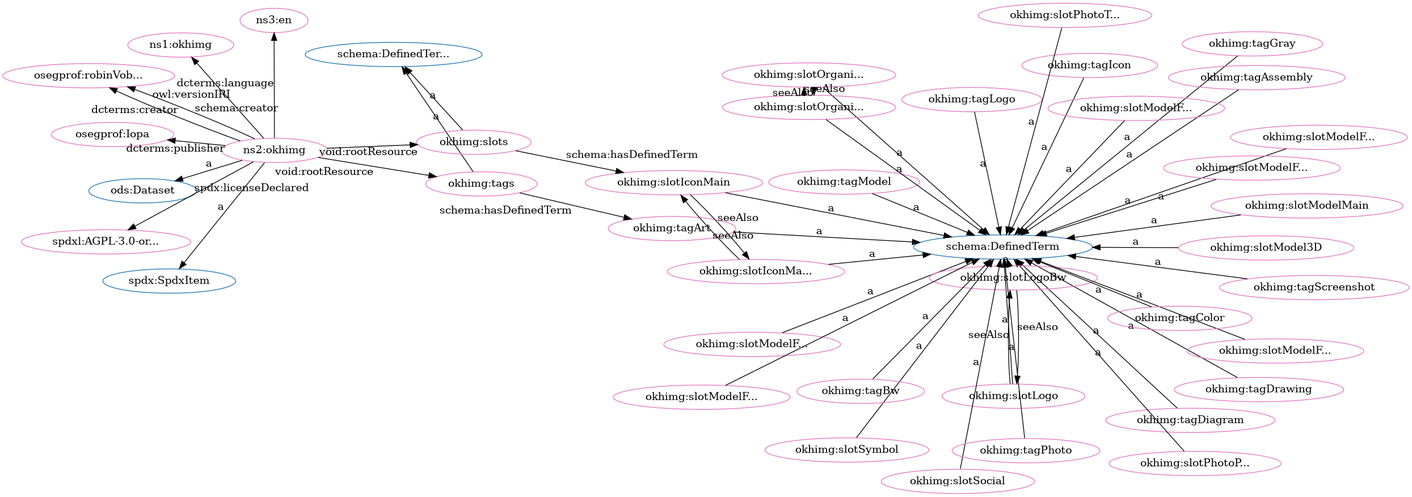
iop-alliance/OpenKnowHow keeps this Graphviz diagram as src/spec/fdp_okh-img-clean.png. Above is the earlier version. Its source is kept beside it as src/spec/fdp_okh-img-clean.dot.
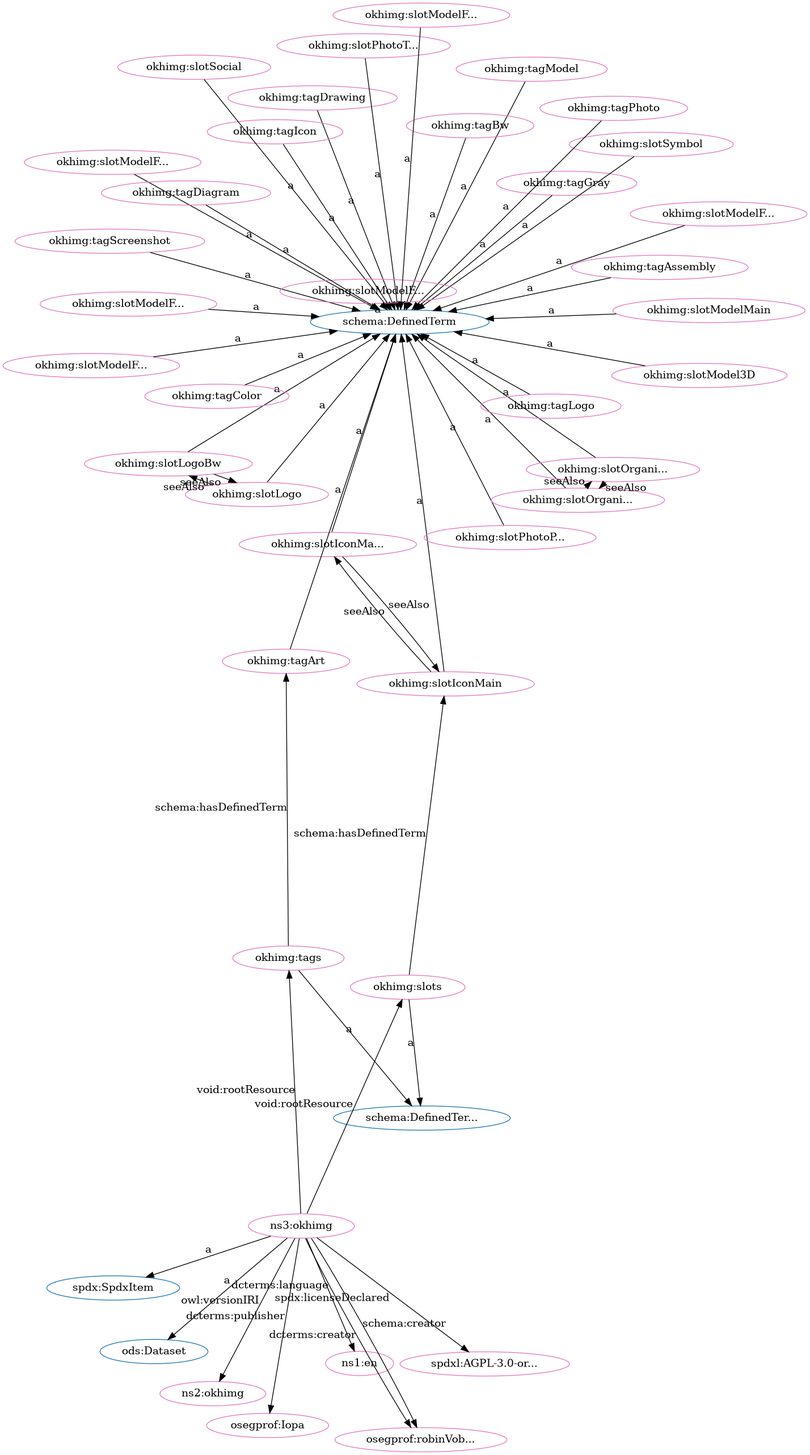
After the change.

The edit, as a diff of the source:
```diff
@@ -1,96 +1,96 @@
 digraph G {
   rankdir=BT
   node[height=.3]
-"http://schema.org/DefinedTermSet" [fillcolor="#1f77b4" color="#1f77b4" label="schema:DefinedTer..."]
 "http://w3id.org/oseg/ont/ods#Dataset" [fillcolor="#1f77b4" color="#1f77b4" label="ods:Dataset"]
 "http://spdx.org/rdf/terms#SpdxItem" [fillcolor="#1f77b4" color="#1f77b4" label="spdx:SpdxItem"]
+"http://schema.org/DefinedTermSet" [fillcolor="#1f77b4" color="#1f77b4" label="schema:DefinedTer..."]
 "http://schema.org/DefinedTerm" [fillcolor="#1f77b4" color="#1f77b4" label="schema:DefinedTerm"]
+"http://w3id.org/oseg/ont/oseg-profiles#robinVobruba" [fillcolor="#e377c2" color="#e377c2" label="osegprof:robinVob..."]
+"http://w3id.org/oseg/ont/okhimg#slotLogoBw" [fillcolor="#e377c2" color="#e377c2" label="okhimg:slotLogoBw"]
+"http://w3id.org/oseg/ont/okhimg#tagDrawing" [fillcolor="#e377c2" color="#e377c2" label="okhimg:tagDrawing"]
+"http://w3id.org/oseg/ont/okhimg#tagModel" [fillcolor="#e377c2" color="#e377c2" label="okhimg:tagModel"]
+"http://w3id.org/oseg/ont/okhimg#slotIconMain" [fillcolor="#e377c2" color="#e377c2" label="okhimg:slotIconMain"]
+"http://w3id.org/oseg/ont/okhimg#tagBw" [fillcolor="#e377c2" color="#e377c2" label="okhimg:tagBw"]
+"http://w3id.org/oseg/ont/okhimg#slots" [fillcolor="#e377c2" color="#e377c2" label="okhimg:slots"]
+"http://w3id.org/oseg/ont/okhimg#tagArt" [fillcolor="#e377c2" color="#e377c2" label="okhimg:tagArt"]
+"http://id.loc.gov/vocabulary/iso639-1/en" [fillcolor="#e377c2" color="#e377c2" label="ns1:en"]
+"http://w3id.org/oseg/ont/okhimg#tagGray" [fillcolor="#e377c2" color="#e377c2" label="okhimg:tagGray"]
+"http://w3id.org/oseg/ont/okhimg#slotLogo" [fillcolor="#e377c2" color="#e377c2" label="okhimg:slotLogo"]
+"http://w3id.org/oseg/ont/okhimg#slotModelFromBelow" [fillcolor="#e377c2" color="#e377c2" label="okhimg:slotModelF..."]
+"http://w3id.org/oseg/ont/okhimg#slotIconMainBw" [fillcolor="#e377c2" color="#e377c2" label="okhimg:slotIconMa..."]
+"http://w3id.org/oseg/ont/okhimg#tagScreenshot" [fillcolor="#e377c2" color="#e377c2" label="okhimg:tagScreenshot"]
+"http://w3id.org/oseg/ont/okhimg#tags" [fillcolor="#e377c2" color="#e377c2" label="okhimg:tags"]
+"http://w3id.org/oseg/ont/okhimg#slotSymbol" [fillcolor="#e377c2" color="#e377c2" label="okhimg:slotSymbol"]
 "http://w3id.org/oseg/ont/okhimg#tagIcon" [fillcolor="#e377c2" color="#e377c2" label="okhimg:tagIcon"]
-"http://w3id.org/oseg/ont/okhimg#tags" [fillcolor="#e377c2" color="#e377c2" label="okhimg:tags"]
-"http://w3id.org/oseg/ont/okhimg#tagModel" [fillcolor="#e377c2" color="#e377c2" label="okhimg:tagModel"]
-"http://w3id.org/oseg/ont/okhimg#tagGray" [fillcolor="#e377c2" color="#e377c2" label="okhimg:tagGray"]
+"http://spdx.org/licenses/AGPL-3.0-or-later" [fillcolor="#e377c2" color="#e377c2" label="spdxl:AGPL-3.0-or..."]
+"http://w3id.org/oseg/ont/okhimg#slotPhotoThingMain" [fillcolor="#e377c2" color="#e377c2" label="okhimg:slotPhotoT..."]
+"http://w3id.org/oseg/ont/okhimg#slotSocial" [fillcolor="#e377c2" color="#e377c2" label="okhimg:slotSocial"]
+"http://w3id.org/oseg/ont/okhimg#tagPhoto" [fillcolor="#e377c2" color="#e377c2" label="okhimg:tagPhoto"]
+"http://w3id.org/oseg/ont/okhimg#slotModelFromBack" [fillcolor="#e377c2" color="#e377c2" label="okhimg:slotModelF..."]
+"http://w3id.org/oseg/ont/okhimg#slotPhotoPackaging" [fillcolor="#e377c2" color="#e377c2" label="okhimg:slotPhotoP..."]
+"http://w3id.org/oseg/ont/okhimg#tagAssembly" [fillcolor="#e377c2" color="#e377c2" label="okhimg:tagAssembly"]
+"http://w3id.org/oseg/ont/okhimg#slotModel3D" [fillcolor="#e377c2" color="#e377c2" label="okhimg:slotModel3D"]
+"http://w3id.org/oseg/ont/0.1.0/okhimg" [fillcolor="#e377c2" color="#e377c2" label="ns2:okhimg"]
+"http://w3id.org/oseg/ont/oseg-profiles#Iopa" [fillcolor="#e377c2" color="#e377c2" label="osegprof:Iopa"]
+"http://w3id.org/oseg/ont/okhimg#slotModelFromFront" [fillcolor="#e377c2" color="#e377c2" label="okhimg:slotModelF..."]
+"http://w3id.org/oseg/ont/okhimg#slotOrganizationLogoBw" [fillcolor="#e377c2" color="#e377c2" label="okhimg:slotOrgani..."]
+"http://w3id.org/oseg/ont/okhimg#slotOrganizationLogo" [fillcolor="#e377c2" color="#e377c2" label="okhimg:slotOrgani..."]
+"http://w3id.org/oseg/ont/okhimg" [fillcolor="#e377c2" color="#e377c2" label="ns3:okhimg"]
+"http://w3id.org/oseg/ont/okhimg#tagColor" [fillcolor="#e377c2" color="#e377c2" label="okhimg:tagColor"]
+"http://w3id.org/oseg/ont/okhimg#tagLogo" [fillcolor="#e377c2" color="#e377c2" label="okhimg:tagLogo"]
 "http://w3id.org/oseg/ont/okhimg#tagDiagram" [fillcolor="#e377c2" color="#e377c2" label="okhimg:tagDiagram"]
-"http://w3id.org/oseg/ont/oseg-profiles#robinVobruba" [fillcolor="#e377c2" color="#e377c2" label="osegprof:robinVob..."]
-"http://w3id.org/oseg/ont/okhimg#tagArt" [fillcolor="#e377c2" color="#e377c2" label="okhimg:tagArt"]
-"http://w3id.org/oseg/ont/okhimg#slotIconMainBw" [fillcolor="#e377c2" color="#e377c2" label="okhimg:slotIconMa..."]
-"http://w3id.org/oseg/ont/okhimg#tagLogo" [fillcolor="#e377c2" color="#e377c2" label="okhimg:tagLogo"]
-"http://w3id.org/oseg/ont/okhimg#slotPhotoPackaging" [fillcolor="#e377c2" color="#e377c2" label="okhimg:slotPhotoP..."]
-"http://w3id.org/oseg/ont/okhimg#slots" [fillcolor="#e377c2" color="#e377c2" label="okhimg:slots"]
+"http://w3id.org/oseg/ont/okhimg#slotModelFromLeft" [fillcolor="#e377c2" color="#e377c2" label="okhimg:slotModelF..."]
+"http://w3id.org/oseg/ont/okhimg#slotModelMain" [fillcolor="#e377c2" color="#e377c2" label="okhimg:slotModelMain"]
 "http://w3id.org/oseg/ont/okhimg#slotModelFromAbove" [fillcolor="#e377c2" color="#e377c2" label="okhimg:slotModelF..."]
-"http://w3id.org/oseg/ont/oseg-profiles#Iopa" [fillcolor="#e377c2" color="#e377c2" label="osegprof:Iopa"]
-"http://w3id.org/oseg/ont/0.1.0/okhimg" [fillcolor="#e377c2" color="#e377c2" label="ns1:okhimg"]
-"http://w3id.org/oseg/ont/okhimg#slotOrganizationLogo" [fillcolor="#e377c2" color="#e377c2" label="okhimg:slotOrgani..."]
-"http://w3id.org/oseg/ont/okhimg#tagDrawing" [fillcolor="#e377c2" color="#e377c2" label="okhimg:tagDrawing"]
-"http://w3id.org/oseg/ont/okhimg#slotLogo" [fillcolor="#e377c2" color="#e377c2" label="okhimg:slotLogo"]
 "http://w3id.org/oseg/ont/okhimg#slotModelFromRight" [fillcolor="#e377c2" color="#e377c2" label="okhimg:slotModelF..."]
-"http://w3id.org/oseg/ont/okhimg#slotPhotoThingMain" [fillcolor="#e377c2" color="#e377c2" label="okhimg:slotPhotoT..."]
-"http://w3id.org/oseg/ont/okhimg#tagAssembly" [fillcolor="#e377c2" color="#e377c2" label="okhimg:tagAssembly"]
-"http://w3id.org/oseg/ont/okhimg#slotSymbol" [fillcolor="#e377c2" color="#e377c2" label="okhimg:slotSymbol"]
-"http://w3id.org/oseg/ont/okhimg#slotModelFromBelow" [fillcolor="#e377c2" color="#e377c2" label="okhimg:slotModelF..."]
-"http://w3id.org/oseg/ont/okhimg#slotOrganizationLogoBw" [fillcolor="#e377c2" color="#e377c2" label="okhimg:slotOrgani..."]
-"http://w3id.org/oseg/ont/okhimg" [fillcolor="#e377c2" color="#e377c2" label="ns2:okhimg"]
-"http://w3id.org/oseg/ont/okhimg#slotIconMain" [fillcolor="#e377c2" color="#e377c2" label="okhimg:slotIconMain"]
-"http://w3id.org/oseg/ont/okhimg#tagScreenshot" [fillcolor="#e377c2" color="#e377c2" label="okhimg:tagScreenshot"]
-"http://w3id.org/oseg/ont/okhimg#slotSocial" [fillcolor="#e377c2" color="#e377c2" label="okhimg:slotSocial"]
-"http://w3id.org/oseg/ont/okhimg#slotModelFromLeft" [fillcolor="#e377c2" color="#e377c2" label="okhimg:slotModelF..."]
-"http://w3id.org/oseg/ont/okhimg#slotModelFromBack" [fillcolor="#e377c2" color="#e377c2" label="okhimg:slotModelF..."]
-"http://spdx.org/licenses/AGPL-3.0-or-later" [fillcolor="#e377c2" color="#e377c2" label="spdxl:AGPL-3.0-or..."]
-"http://w3id.org/oseg/ont/okhimg#tagColor" [fillcolor="#e377c2" color="#e377c2" label="okhimg:tagColor"]
-"http://w3id.org/oseg/ont/okhimg#tagPhoto" [fillcolor="#e377c2" color="#e377c2" label="okhimg:tagPhoto"]
-"http://w3id.org/oseg/ont/okhimg#slotModel3D" [fillcolor="#e377c2" color="#e377c2" label="okhimg:slotModel3D"]
-"http://w3id.org/oseg/ont/okhimg#slotModelFromFront" [fillcolor="#e377c2" color="#e377c2" label="okhimg:slotModelF..."]
-"http://w3id.org/oseg/ont/okhimg#slotLogoBw" [fillcolor="#e377c2" color="#e377c2" label="okhimg:slotLogoBw"]
-"http://w3id.org/oseg/ont/okhimg#slotModelMain" [fillcolor="#e377c2" color="#e377c2" label="okhimg:slotModelMain"]
-"http://id.loc.gov/vocabulary/iso639-1/en" [fillcolor="#e377c2" color="#e377c2" label="ns3:en"]
-"http://w3id.org/oseg/ont/okhimg#tagBw" [fillcolor="#e377c2" color="#e377c2" label="okhimg:tagBw"]
-  "http://w3id.org/oseg/ont/okhimg#tagIcon" -> "http://schema.org/DefinedTerm" [label="a"]
-  "http://w3id.org/oseg/ont/okhimg#tags" -> "http://schema.org/DefinedTermSet" [label="a"]
+  "http://w3id.org/oseg/ont/okhimg" -> "http://w3id.org/oseg/ont/oseg-profiles#robinVobruba" [label="schema:creator"]
+  "http://w3id.org/oseg/ont/okhimg#slotLogoBw" -> "http://schema.org/DefinedTerm" [label="a"]
+  "http://w3id.org/oseg/ont/okhimg#tagDrawing" -> "http://schema.org/DefinedTerm" [label="a"]
   "http://w3id.org/oseg/ont/okhimg#tagModel" -> "http://schema.org/DefinedTerm" [label="a"]
+  "http://w3id.org/oseg/ont/okhimg#slotIconMainBw" -> "http://w3id.org/oseg/ont/okhimg#slotIconMain" [label="seeAlso"]
+  "http://w3id.org/oseg/ont/okhimg#tagBw" -> "http://schema.org/DefinedTerm" [label="a"]
+  "http://w3id.org/oseg/ont/okhimg#slots" -> "http://schema.org/DefinedTermSet" [label="a"]
+  "http://w3id.org/oseg/ont/okhimg#tagArt" -> "http://schema.org/DefinedTerm" [label="a"]
   "http://w3id.org/oseg/ont/okhimg#tagGray" -> "http://schema.org/DefinedTerm" [label="a"]
-  "http://w3id.org/oseg/ont/okhimg#tagDiagram" -> "http://schema.org/DefinedTerm" [label="a"]
-  "http://w3id.org/oseg/ont/okhimg" -> "http://w3id.org/oseg/ont/oseg-profiles#robinVobruba" [label="dcterms:creator"]
-  "http://w3id.org/oseg/ont/okhimg#tagArt" -> "http://schema.org/DefinedTerm" [label="a"]
-  "http://w3id.org/oseg/ont/okhimg#slotIconMainBw" -> "http://schema.org/DefinedTerm" [label="a"]
-  "http://w3id.org/oseg/ont/okhimg#slotIconMain" -> "http://w3id.org/oseg/ont/okhimg#slotIconMainBw" [label="seeAlso"]
-  "http://w3id.org/oseg/ont/okhimg#tagLogo" -> "http://schema.org/DefinedTerm" [label="a"]
-  "http://w3id.org/oseg/ont/okhimg" -> "http://w3id.org/oseg/ont/oseg-profiles#robinVobruba" [label="schema:creator"]
-  "http://w3id.org/oseg/ont/okhimg#slotPhotoPackaging" -> "http://schema.org/DefinedTerm" [label="a"]
-  "http://w3id.org/oseg/ont/okhimg" -> "http://w3id.org/oseg/ont/okhimg#slots" [label="void:rootResource"]
-  "http://w3id.org/oseg/ont/okhimg#slotModelFromAbove" -> "http://schema.org/DefinedTerm" [label="a"]
-  "http://w3id.org/oseg/ont/okhimg" -> "http://w3id.org/oseg/ont/okhimg#tags" [label="void:rootResource"]
-  "http://w3id.org/oseg/ont/okhimg" -> "http://w3id.org/oseg/ont/oseg-profiles#Iopa" [label="dcterms:publisher"]
-  "http://w3id.org/oseg/ont/okhimg" -> "http://w3id.org/oseg/ont/0.1.0/okhimg" [label="owl:versionIRI"]
-  "http://w3id.org/oseg/ont/okhimg#slotOrganizationLogoBw" -> "http://w3id.org/oseg/ont/okhimg#slotOrganizationLogo" [label="seeAlso"]
-  "http://w3id.org/oseg/ont/okhimg#tagDrawing" -> "http://schema.org/DefinedTerm" [label="a"]
-  "http://w3id.org/oseg/ont/okhimg#slotLogo" -> "http://schema.org/DefinedTerm" [label="a"]
-  "http://w3id.org/oseg/ont/okhimg#slotPhotoThingMain" -> "http://schema.org/DefinedTerm" [label="a"]
-  "http://w3id.org/oseg/ont/okhimg#slotModelFromRight" -> "http://schema.org/DefinedTerm" [label="a"]
-  "http://w3id.org/oseg/ont/okhimg#tagAssembly" -> "http://schema.org/DefinedTerm" [label="a"]
-  "http://w3id.org/oseg/ont/okhimg#slotSymbol" -> "http://schema.org/DefinedTerm" [label="a"]
+  "http://w3id.org/oseg/ont/okhimg" -> "http://id.loc.gov/vocabulary/iso639-1/en" [label="dcterms:language"]
   "http://w3id.org/oseg/ont/okhimg#slotLogoBw" -> "http://w3id.org/oseg/ont/okhimg#slotLogo" [label="seeAlso"]
   "http://w3id.org/oseg/ont/okhimg#slotModelFromBelow" -> "http://schema.org/DefinedTerm" [label="a"]
+  "http://w3id.org/oseg/ont/okhimg#tagScreenshot" -> "http://schema.org/DefinedTerm" [label="a"]
+  "http://w3id.org/oseg/ont/okhimg#slotIconMain" -> "http://w3id.org/oseg/ont/okhimg#slotIconMainBw" [label="seeAlso"]
+  "http://w3id.org/oseg/ont/okhimg" -> "http://w3id.org/oseg/ont/okhimg#tags" [label="void:rootResource"]
+  "http://w3id.org/oseg/ont/okhimg#slotSymbol" -> "http://schema.org/DefinedTerm" [label="a"]
+  "http://w3id.org/oseg/ont/okhimg#tagIcon" -> "http://schema.org/DefinedTerm" [label="a"]
+  "http://w3id.org/oseg/ont/okhimg#slotIconMainBw" -> "http://schema.org/DefinedTerm" [label="a"]
+  "http://w3id.org/oseg/ont/okhimg" -> "http://spdx.org/licenses/AGPL-3.0-or-later" [label="spdx:licenseDeclared"]
+  "http://w3id.org/oseg/ont/okhimg#slotPhotoThingMain" -> "http://schema.org/DefinedTerm" [label="a"]
+  "http://w3id.org/oseg/ont/okhimg#slotSocial" -> "http://schema.org/DefinedTerm" [label="a"]
+  "http://w3id.org/oseg/ont/okhimg#tags" -> "http://schema.org/DefinedTermSet" [label="a"]
+  "http://w3id.org/oseg/ont/okhimg#tagPhoto" -> "http://schema.org/DefinedTerm" [label="a"]
+  "http://w3id.org/oseg/ont/okhimg#slotModelFromBack" -> "http://schema.org/DefinedTerm" [label="a"]
+  "http://w3id.org/oseg/ont/okhimg#tags" -> "http://w3id.org/oseg/ont/okhimg#tagArt" [label="schema:hasDefinedTerm"]
+  "http://w3id.org/oseg/ont/okhimg#slotPhotoPackaging" -> "http://schema.org/DefinedTerm" [label="a"]
+  "http://w3id.org/oseg/ont/okhimg#slots" -> "http://w3id.org/oseg/ont/okhimg#slotIconMain" [label="schema:hasDefinedTerm"]
+  "http://w3id.org/oseg/ont/okhimg#tagAssembly" -> "http://schema.org/DefinedTerm" [label="a"]
+  "http://w3id.org/oseg/ont/okhimg#slotModel3D" -> "http://schema.org/DefinedTerm" [label="a"]
+  "http://w3id.org/oseg/ont/okhimg" -> "http://w3id.org/oseg/ont/0.1.0/okhimg" [label="owl:versionIRI"]
+  "http://w3id.org/oseg/ont/okhimg" -> "http://w3id.org/oseg/ont/oseg-profiles#Iopa" [label="dcterms:publisher"]
+  "http://w3id.org/oseg/ont/okhimg#slotModelFromFront" -> "http://schema.org/DefinedTerm" [label="a"]
   "http://w3id.org/oseg/ont/okhimg#slotOrganizationLogoBw" -> "http://schema.org/DefinedTerm" [label="a"]
+  "http://w3id.org/oseg/ont/okhimg#slotOrganizationLogoBw" -> "http://w3id.org/oseg/ont/okhimg#slotOrganizationLogo" [label="seeAlso"]
+  "http://w3id.org/oseg/ont/okhimg" -> "http://w3id.org/oseg/ont/ods#Dataset" [label="a"]
+  "http://w3id.org/oseg/ont/okhimg#slotOrganizationLogo" -> "http://schema.org/DefinedTerm" [label="a"]
   "http://w3id.org/oseg/ont/okhimg" -> "http://spdx.org/rdf/terms#SpdxItem" [label="a"]
+  "http://w3id.org/oseg/ont/okhimg#tagColor" -> "http://schema.org/DefinedTerm" [label="a"]
+  "http://w3id.org/oseg/ont/okhimg#slotLogo" -> "http://w3id.org/oseg/ont/okhimg#slotLogoBw" [label="seeAlso"]
+  "http://w3id.org/oseg/ont/okhimg#tagLogo" -> "http://schema.org/DefinedTerm" [label="a"]
+  "http://w3id.org/oseg/ont/okhimg#tagDiagram" -> "http://schema.org/DefinedTerm" [label="a"]
+  "http://w3id.org/oseg/ont/okhimg" -> "http://w3id.org/oseg/ont/okhimg#slots" [label="void:rootResource"]
+  "http://w3id.org/oseg/ont/okhimg#slotLogo" -> "http://schema.org/DefinedTerm" [label="a"]
+  "http://w3id.org/oseg/ont/okhimg#slotModelFromLeft" -> "http://schema.org/DefinedTerm" [label="a"]
+  "http://w3id.org/oseg/ont/okhimg#slotModelMain" -> "http://schema.org/DefinedTerm" [label="a"]
+  "http://w3id.org/oseg/ont/okhimg" -> "http://w3id.org/oseg/ont/oseg-profiles#robinVobruba" [label="dcterms:creator"]
   "http://w3id.org/oseg/ont/okhimg#slotIconMain" -> "http://schema.org/DefinedTerm" [label="a"]
-  "http://w3id.org/oseg/ont/okhimg#tagScreenshot" -> "http://schema.org/DefinedTerm" [label="a"]
-  "http://w3id.org/oseg/ont/okhimg#slots" -> "http://schema.org/DefinedTermSet" [label="a"]
-  "http://w3id.org/oseg/ont/okhimg#slotSocial" -> "http://schema.org/DefinedTerm" [label="a"]
-  "http://w3id.org/oseg/ont/okhimg#slotModelFromLeft" -> "http://schema.org/DefinedTerm" [label="a"]
-  "http://w3id.org/oseg/ont/okhimg#slotOrganizationLogo" -> "http://schema.org/DefinedTerm" [label="a"]
-  "http://w3id.org/oseg/ont/okhimg#slotModelFromBack" -> "http://schema.org/DefinedTerm" [label="a"]
-  "http://w3id.org/oseg/ont/okhimg" -> "http://spdx.org/licenses/AGPL-3.0-or-later" [label="spdx:licenseDeclared"]
-  "http://w3id.org/oseg/ont/okhimg#tagColor" -> "http://schema.org/DefinedTerm" [label="a"]
-  "http://w3id.org/oseg/ont/okhimg" -> "http://w3id.org/oseg/ont/ods#Dataset" [label="a"]
-  "http://w3id.org/oseg/ont/okhimg#slots" -> "http://w3id.org/oseg/ont/okhimg#slotIconMain" [label="schema:hasDefinedTerm"]
-  "http://w3id.org/oseg/ont/okhimg#tags" -> "http://w3id.org/oseg/ont/okhimg#tagArt" [label="schema:hasDefinedTerm"]
-  "http://w3id.org/oseg/ont/okhimg#tagPhoto" -> "http://schema.org/DefinedTerm" [label="a"]
-  "http://w3id.org/oseg/ont/okhimg#slotModel3D" -> "http://schema.org/DefinedTerm" [label="a"]
-  "http://w3id.org/oseg/ont/okhimg#slotModelFromFront" -> "http://schema.org/DefinedTerm" [label="a"]
-  "http://w3id.org/oseg/ont/okhimg#slotLogo" -> "http://w3id.org/oseg/ont/okhimg#slotLogoBw" [label="seeAlso"]
-  "http://w3id.org/oseg/ont/okhimg#slotModelMain" -> "http://schema.org/DefinedTerm" [label="a"]
-  "http://w3id.org/oseg/ont/okhimg#slotIconMainBw" -> "http://w3id.org/oseg/ont/okhimg#slotIconMain" [label="seeAlso"]
   "http://w3id.org/oseg/ont/okhimg#slotOrganizationLogo" -> "http://w3id.org/oseg/ont/okhimg#slotOrganizationLogoBw" [label="seeAlso"]
-  "http://w3id.org/oseg/ont/okhimg" -> "http://id.loc.gov/vocabulary/iso639-1/en" [label="dcterms:language"]
-  "http://w3id.org/oseg/ont/okhimg#tagBw" -> "http://schema.org/DefinedTerm" [label="a"]
-  "http://w3id.org/oseg/ont/okhimg#slotLogoBw" -> "http://schema.org/DefinedTerm" [label="a"]
+  "http://w3id.org/oseg/ont/okhimg#slotModelFromAbove" -> "http://schema.org/DefinedTerm" [label="a"]
+  "http://w3id.org/oseg/ont/okhimg#slotModelFromRight" -> "http://schema.org/DefinedTerm" [label="a"]
 }
```
